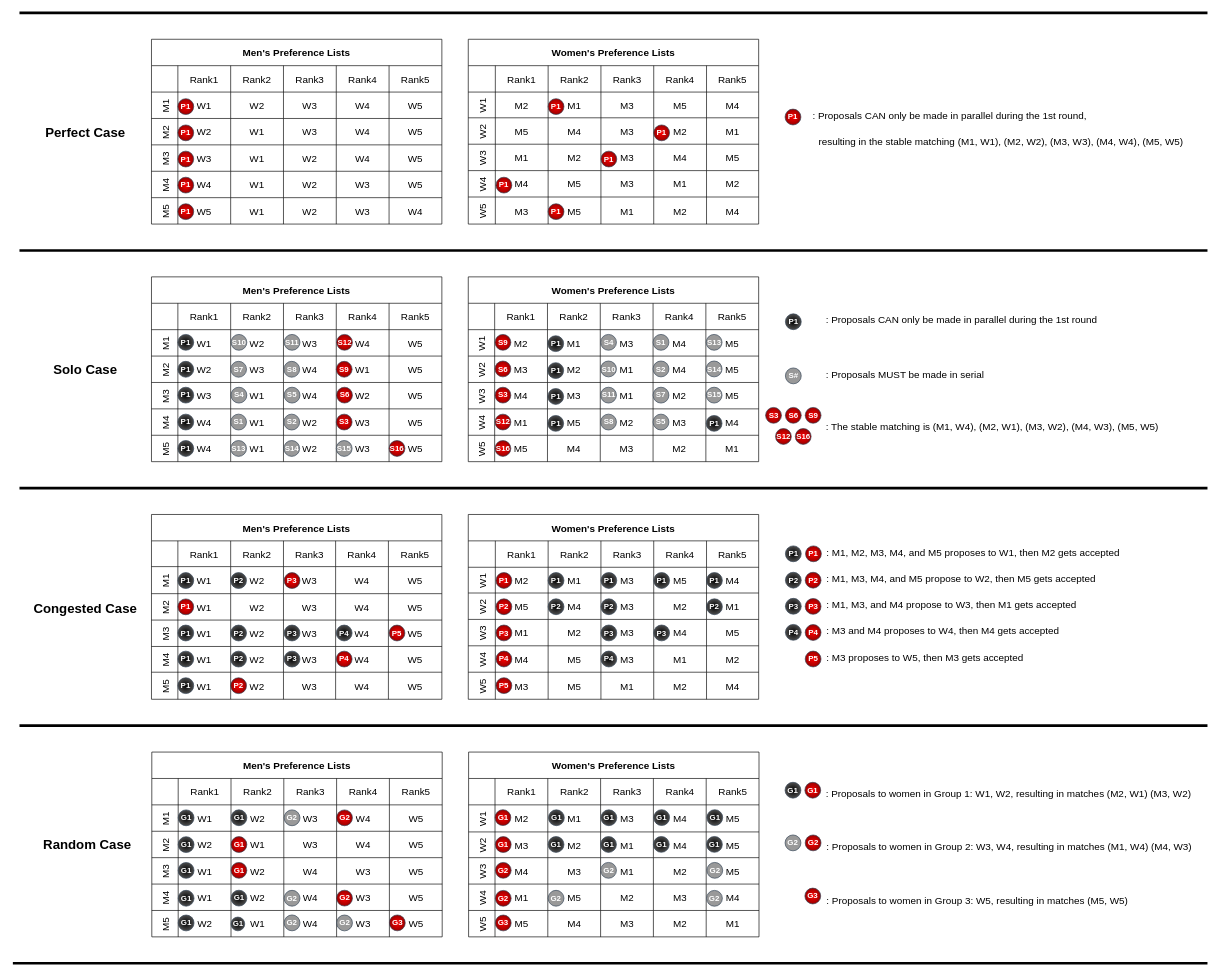
Above: MoreWorkloads.drawio in victorliu-sq/BambooSMP-Figures (draw.io), before the change. Source tidied: cells renumbered, new cells numbered last; positions are measured from the earlier drawing's top-left corner, leaving out a move shared by most shapes. Both pictures are drawn from the tidied source at 66%, with x=0, y=0 at pixel (13, 13).
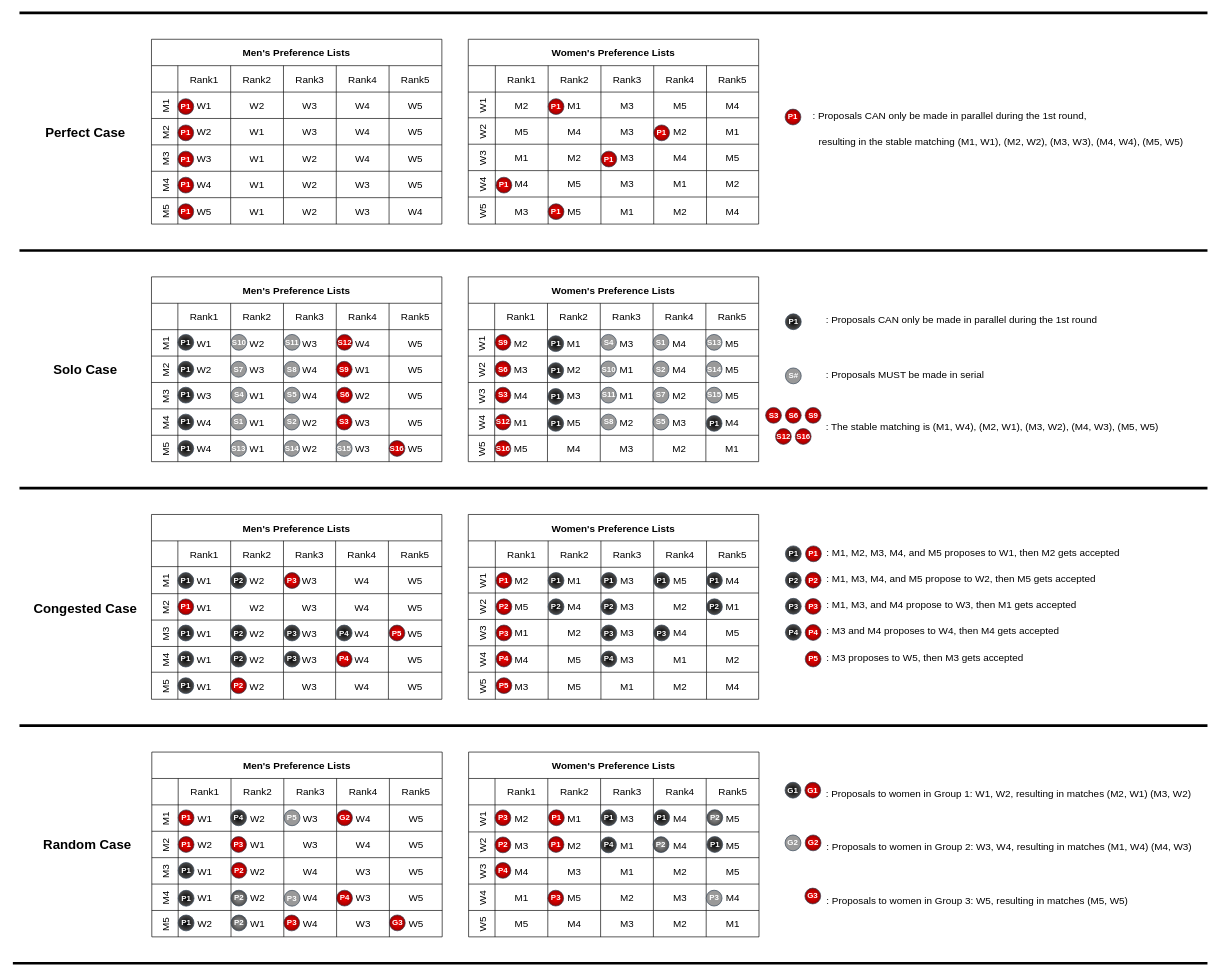
The same page after the edit.

The edit, as a diff of the source:
```diff
@@
-    <mxCell id="397" value="G1" style="ellipse;whiteSpace=wrap;html=1;strokeColor=#314354;align=center;verticalAlign=middle;fontFamily=Helvetica;fontSize=12;fillColor=#000000;fontColor=#ffffff;gradientColor=#4D4D4D;gradientDirection=radial;fontStyle=1;" parent="1" vertex="1">
+    <mxCell id="397" value="P1" style="ellipse;whiteSpace=wrap;html=1;strokeColor=#314354;align=center;verticalAlign=middle;fontFamily=Helvetica;fontSize=12;fillColor=#000000;fontColor=#ffffff;gradientColor=#4D4D4D;gradientDirection=radial;fontStyle=1;" parent="1" vertex="1">
       <mxGeometry x="250.5" y="1287.3" width="24" height="24" as="geometry" />
     </mxCell>
-    <mxCell id="398" value="G1" style="ellipse;whiteSpace=wrap;html=1;strokeColor=#314354;align=center;verticalAlign=middle;fontFamily=Helvetica;fontSize=12;fillColor=#000000;fontColor=#ffffff;gradientColor=#4D4D4D;gradientDirection=radial;fontStyle=1;" parent="1" vertex="1">
-      <mxGeometry x="250.5" y="1248.2" width="24" height="24" as="geometry" />
-    </mxCell>
-    <mxCell id="399" value="G1" style="ellipse;whiteSpace=wrap;html=1;strokeColor=#314354;align=center;verticalAlign=middle;fontFamily=Helvetica;fontSize=12;fillColor=#000000;fontColor=#ffffff;strokeWidth=1;perimeterSpacing=1;gradientColor=#4D4D4D;gradientDirection=radial;fontStyle=1;" parent="1" vertex="1">
-      <mxGeometry x="250.5" y="1207.6" width="24" height="24" as="geometry" />
-    </mxCell>
-    <mxCell id="400" value="G1" style="ellipse;whiteSpace=wrap;html=1;strokeColor=#314354;align=center;verticalAlign=middle;fontFamily=Helvetica;fontSize=12;fillColor=#000000;fontColor=#ffffff;gradientColor=#4D4D4D;gradientDirection=radial;fontStyle=1;" parent="1" vertex="1">
+    <mxCell id="400" value="P1" style="ellipse;whiteSpace=wrap;html=1;strokeColor=#314354;align=center;verticalAlign=middle;fontFamily=Helvetica;fontSize=12;fillColor=#000000;fontColor=#ffffff;gradientColor=#4D4D4D;gradientDirection=radial;fontStyle=1;" parent="1" vertex="1">
       <mxGeometry x="250.5" y="1329.5" width="24" height="24" as="geometry" />
     </mxCell>
-    <mxCell id="401" value="G1" style="ellipse;whiteSpace=wrap;html=1;strokeColor=#314354;align=center;verticalAlign=middle;fontFamily=Helvetica;fontSize=12;fillColor=#000000;fontColor=#ffffff;gradientColor=#4D4D4D;gradientDirection=radial;fontStyle=1;" parent="1" vertex="1">
+    <mxCell id="401" value="P1" style="ellipse;whiteSpace=wrap;html=1;strokeColor=#314354;align=center;verticalAlign=middle;fontFamily=Helvetica;fontSize=12;fillColor=#000000;fontColor=#ffffff;gradientColor=#4D4D4D;gradientDirection=radial;fontStyle=1;" parent="1" vertex="1">
       <mxGeometry x="250.5" y="1366.9" width="24" height="24" as="geometry" />
     </mxCell>
-    <mxCell id="402" value="G1" style="ellipse;whiteSpace=wrap;html=1;strokeColor=#314354;align=center;verticalAlign=middle;fontFamily=Helvetica;fontSize=12;fillColor=#FF0000;fontColor=#FFFFFF;fillStyle=solid;strokeWidth=1;fontStyle=1;gradientColor=#990000;gradientDirection=radial;" parent="1" vertex="1">
+    <mxCell id="402" value="P2" style="ellipse;whiteSpace=wrap;html=1;strokeColor=#314354;align=center;verticalAlign=middle;fontFamily=Helvetica;fontSize=12;fillColor=#FF0000;fontColor=#FFFFFF;fillStyle=solid;strokeWidth=1;fontStyle=1;gradientColor=#990000;gradientDirection=radial;" parent="1" vertex="1">
       <mxGeometry x="330.5" y="1287.2" width="24" height="24" as="geometry" />
     </mxCell>
-    <mxCell id="403" value="G1" style="ellipse;whiteSpace=wrap;html=1;strokeColor=#314354;align=center;verticalAlign=middle;fontFamily=Helvetica;fontSize=12;fillColor=#FF0000;fontColor=#FFFFFF;fillStyle=solid;strokeWidth=1;fontStyle=1;gradientColor=#990000;gradientDirection=radial;" parent="1" vertex="1">
-      <mxGeometry x="330.5" y="1248.1" width="24" height="24" as="geometry" />
-    </mxCell>
-    <mxCell id="404" value="G1" style="ellipse;whiteSpace=wrap;html=1;strokeColor=#314354;align=center;verticalAlign=middle;fontFamily=Helvetica;fontSize=12;fillColor=#000000;fontColor=#ffffff;strokeWidth=1;perimeterSpacing=1;gradientColor=#4D4D4D;gradientDirection=radial;fontStyle=1;" parent="1" vertex="1">
-      <mxGeometry x="330.5" y="1207.5" width="24" height="24" as="geometry" />
-    </mxCell>
-    <mxCell id="405" value="G1" style="ellipse;whiteSpace=wrap;html=1;strokeColor=#314354;align=center;verticalAlign=middle;fontFamily=Helvetica;fontSize=12;fillColor=#000000;fontColor=#ffffff;gradientColor=#4D4D4D;gradientDirection=radial;fontStyle=1;" parent="1" vertex="1">
+    <mxCell id="405" value="P2" style="ellipse;whiteSpace=wrap;html=1;strokeColor=#314354;align=center;verticalAlign=middle;fontFamily=Helvetica;fontSize=12;fillColor=#999999;fontColor=#ffffff;gradientColor=#4D4D4D;gradientDirection=radial;fontStyle=1;" parent="1" vertex="1">
       <mxGeometry x="330.5" y="1329.3" width="24" height="24" as="geometry" />
     </mxCell>
-    <mxCell id="406" value="G1" style="ellipse;whiteSpace=wrap;html=1;strokeColor=#314354;align=center;verticalAlign=middle;fontFamily=Helvetica;fontSize=12;fillColor=#000000;fontColor=#ffffff;gradientColor=#4D4D4D;gradientDirection=radial;fontStyle=1;" parent="1" vertex="1">
-      <mxGeometry x="330.5" y="1370" width="20.8" height="20.8" as="geometry" />
-    </mxCell>
-    <mxCell id="407" value="G2" style="ellipse;whiteSpace=wrap;html=1;strokeColor=#314354;align=center;verticalAlign=middle;fontFamily=Helvetica;fontSize=12;fillColor=#999999;fontColor=#ffffff;fontStyle=1;" parent="1" vertex="1">
+    <mxCell id="407" value="P5" style="ellipse;whiteSpace=wrap;html=1;strokeColor=#314354;align=center;verticalAlign=middle;fontFamily=Helvetica;fontSize=12;fillColor=#999999;fontColor=#ffffff;fontStyle=1;" parent="1" vertex="1">
       <mxGeometry x="411" y="1207.6" width="24" height="24" as="geometry" />
     </mxCell>
-    <mxCell id="408" value="G1" style="ellipse;whiteSpace=wrap;html=1;strokeColor=#314354;align=center;verticalAlign=middle;fontFamily=Helvetica;fontSize=12;fillColor=#FF0000;fontColor=#FFFFFF;strokeWidth=1;perimeterSpacing=1;fillStyle=solid;fontStyle=1;gradientColor=#990000;gradientDirection=radial;" parent="1" vertex="1">
-      <mxGeometry x="730.5" y="1207.3" width="24" height="24" as="geometry" />
-    </mxCell>
-    <mxCell id="409" value="G1" style="ellipse;whiteSpace=wrap;html=1;strokeColor=#314354;align=center;verticalAlign=middle;fontFamily=Helvetica;fontSize=12;fillColor=#000000;fontColor=#ffffff;strokeWidth=1;perimeterSpacing=1;gradientColor=#4D4D4D;gradientDirection=radial;fontStyle=1;" parent="1" vertex="1">
+    <mxCell id="409" value="P1" style="ellipse;whiteSpace=wrap;html=1;strokeColor=#314354;align=center;verticalAlign=middle;fontFamily=Helvetica;fontSize=12;fillColor=#FF0000;fontColor=#FFFFFF;strokeWidth=1;perimeterSpacing=1;gradientColor=#990000;gradientDirection=radial;fontStyle=1;fillStyle=solid;" parent="1" vertex="1">
       <mxGeometry x="811.5" y="1207.5" width="24" height="24" as="geometry" />
     </mxCell>
-    <mxCell id="410" value="G1" style="ellipse;whiteSpace=wrap;html=1;strokeColor=#314354;align=center;verticalAlign=middle;fontFamily=Helvetica;fontSize=12;fillColor=#000000;fontColor=#ffffff;strokeWidth=1;perimeterSpacing=1;gradientColor=#4D4D4D;gradientDirection=radial;fontStyle=1;" parent="1" vertex="1">
+    <mxCell id="410" value="P1" style="ellipse;whiteSpace=wrap;html=1;strokeColor=#314354;align=center;verticalAlign=middle;fontFamily=Helvetica;fontSize=12;fillColor=#000000;fontColor=#ffffff;strokeWidth=1;perimeterSpacing=1;gradientColor=#4D4D4D;gradientDirection=radial;fontStyle=1;" parent="1" vertex="1">
       <mxGeometry x="891" y="1207.5" width="24" height="24" as="geometry" />
     </mxCell>
-    <mxCell id="411" value="G1" style="ellipse;whiteSpace=wrap;html=1;strokeColor=#314354;align=center;verticalAlign=middle;fontFamily=Helvetica;fontSize=12;fillColor=#000000;fontColor=#ffffff;strokeWidth=1;perimeterSpacing=1;gradientColor=#4D4D4D;gradientDirection=radial;fontStyle=1;" parent="1" vertex="1">
+    <mxCell id="411" value="P1" style="ellipse;whiteSpace=wrap;html=1;strokeColor=#314354;align=center;verticalAlign=middle;fontFamily=Helvetica;fontSize=12;fillColor=#000000;fontColor=#ffffff;strokeWidth=1;perimeterSpacing=1;gradientColor=#4D4D4D;gradientDirection=radial;fontStyle=1;" parent="1" vertex="1">
       <mxGeometry x="971" y="1207.3" width="24" height="24" as="geometry" />
     </mxCell>
-    <mxCell id="412" value="G1" style="ellipse;whiteSpace=wrap;html=1;strokeColor=#314354;align=center;verticalAlign=middle;fontFamily=Helvetica;fontSize=12;fillColor=#000000;fontColor=#ffffff;strokeWidth=1;perimeterSpacing=1;gradientColor=#4D4D4D;gradientDirection=radial;fontStyle=1;" parent="1" vertex="1">
+    <mxCell id="412" value="P2" style="ellipse;whiteSpace=wrap;html=1;strokeColor=#314354;align=center;verticalAlign=middle;fontFamily=Helvetica;fontSize=12;fillColor=#999999;fontColor=#ffffff;strokeWidth=1;perimeterSpacing=1;gradientColor=#4D4D4D;gradientDirection=radial;fontStyle=1;" parent="1" vertex="1">
       <mxGeometry x="1051.5" y="1207.3" width="24" height="24" as="geometry" />
     </mxCell>
-    <mxCell id="413" value="G1" style="ellipse;whiteSpace=wrap;html=1;strokeColor=#314354;align=center;verticalAlign=middle;fontFamily=Helvetica;fontSize=12;fillColor=#FF0000;fontColor=#FFFFFF;strokeWidth=1;perimeterSpacing=1;fillStyle=solid;fontStyle=1;gradientColor=#990000;gradientDirection=radial;" parent="1" vertex="1">
-      <mxGeometry x="731" y="1248.1" width="24" height="24" as="geometry" />
-    </mxCell>
-    <mxCell id="414" value="G1" style="ellipse;whiteSpace=wrap;html=1;strokeColor=#314354;align=center;verticalAlign=middle;fontFamily=Helvetica;fontSize=12;fillColor=#000000;fontColor=#ffffff;strokeWidth=1;perimeterSpacing=1;gradientColor=#4D4D4D;gradientDirection=radial;fontStyle=1;" parent="1" vertex="1">
+    <mxCell id="414" value="P1" style="ellipse;whiteSpace=wrap;html=1;strokeColor=#314354;align=center;verticalAlign=middle;fontFamily=Helvetica;fontSize=12;fillColor=#FF0000;fontColor=#FFFFFF;strokeWidth=1;perimeterSpacing=1;gradientColor=#990000;gradientDirection=radial;fontStyle=1;fillStyle=solid;" parent="1" vertex="1">
       <mxGeometry x="811" y="1248" width="24" height="24" as="geometry" />
     </mxCell>
-    <mxCell id="415" value="G1" style="ellipse;whiteSpace=wrap;html=1;strokeColor=#314354;align=center;verticalAlign=middle;fontFamily=Helvetica;fontSize=12;fillColor=#000000;fontColor=#ffffff;strokeWidth=1;perimeterSpacing=1;gradientColor=#4D4D4D;gradientDirection=radial;fontStyle=1;" parent="1" vertex="1">
-      <mxGeometry x="890.5" y="1248" width="24" height="24" as="geometry" />
-    </mxCell>
-    <mxCell id="416" value="G1" style="ellipse;whiteSpace=wrap;html=1;strokeColor=#314354;align=center;verticalAlign=middle;fontFamily=Helvetica;fontSize=12;fillColor=#000000;fontColor=#ffffff;strokeWidth=1;perimeterSpacing=1;gradientColor=#4D4D4D;gradientDirection=radial;fontStyle=1;" parent="1" vertex="1">
-      <mxGeometry x="970.5" y="1247.9" width="24" height="24" as="geometry" />
-    </mxCell>
-    <mxCell id="417" value="G1" style="ellipse;whiteSpace=wrap;html=1;strokeColor=#314354;align=center;verticalAlign=middle;fontFamily=Helvetica;fontSize=12;fillColor=#000000;fontColor=#ffffff;strokeWidth=1;perimeterSpacing=1;gradientColor=#4D4D4D;gradientDirection=radial;fontStyle=1;" parent="1" vertex="1">
-      <mxGeometry x="1051" y="1247.9" width="24" height="24" as="geometry" />
+    <mxCell id="417" value="P1" style="ellipse;whiteSpace=wrap;html=1;strokeColor=#314354;align=center;verticalAlign=middle;fontFamily=Helvetica;fontSize=12;fillColor=#000000;fontColor=#ffffff;strokeWidth=1;perimeterSpacing=1;gradientColor=#4D4D4D;gradientDirection=radial;fontStyle=1;" parent="1" vertex="1">
+      <mxGeometry x="1051.5" y="1248" width="24" height="24" as="geometry" />
     </mxCell>
@@
-    <mxCell id="419" value="G2" style="ellipse;whiteSpace=wrap;html=1;strokeColor=#314354;align=center;verticalAlign=middle;fontFamily=Helvetica;fontSize=12;fillColor=#999999;fontColor=#ffffff;fontStyle=1;" parent="1" vertex="1">
+    <mxCell id="419" value="P3" style="ellipse;whiteSpace=wrap;html=1;strokeColor=#314354;align=center;verticalAlign=middle;fontFamily=Helvetica;fontSize=12;fillColor=#999999;fontColor=#ffffff;fontStyle=1;" parent="1" vertex="1">
       <mxGeometry x="411" y="1329.5" width="24" height="24" as="geometry" />
     </mxCell>
-    <mxCell id="420" value="G2" style="ellipse;whiteSpace=wrap;html=1;strokeColor=#314354;align=center;verticalAlign=middle;fontFamily=Helvetica;fontSize=12;fillColor=#FF0000;fontColor=#FFFFFF;fillStyle=solid;strokeWidth=1;fontStyle=1;gradientColor=#990000;gradientDirection=radial;" parent="1" vertex="1">
+    <mxCell id="420" value="P4" style="ellipse;whiteSpace=wrap;html=1;strokeColor=#314354;align=center;verticalAlign=middle;fontFamily=Helvetica;fontSize=12;fillColor=#FF0000;fontColor=#FFFFFF;fillStyle=solid;strokeWidth=1;fontStyle=1;gradientColor=#990000;gradientDirection=radial;" parent="1" vertex="1">
       <mxGeometry x="490.5" y="1329.3" width="24" height="24" as="geometry" />
     </mxCell>
-    <mxCell id="421" value="G2" style="ellipse;whiteSpace=wrap;html=1;strokeColor=#314354;align=center;verticalAlign=middle;fontFamily=Helvetica;fontSize=12;fillColor=#999999;fontColor=#ffffff;fontStyle=1;" parent="1" vertex="1">
-      <mxGeometry x="411" y="1366.8" width="24" height="24" as="geometry" />
-    </mxCell>
-    <mxCell id="422" value="G2" style="ellipse;whiteSpace=wrap;html=1;strokeColor=#314354;align=center;verticalAlign=middle;fontFamily=Helvetica;fontSize=12;fillColor=#999999;fontColor=#ffffff;fontStyle=1;" parent="1" vertex="1">
-      <mxGeometry x="490.5" y="1366.9" width="24" height="24" as="geometry" />
-    </mxCell>
-    <mxCell id="423" value="G2" style="ellipse;whiteSpace=wrap;html=1;strokeColor=#314354;align=center;verticalAlign=middle;fontFamily=Helvetica;fontSize=12;fillColor=#FF0000;fontColor=#FFFFFF;fillStyle=solid;strokeWidth=1;fontStyle=1;gradientColor=#990000;gradientDirection=radial;" parent="1" vertex="1">
-      <mxGeometry x="731" y="1287.2" width="24" height="24" as="geometry" />
-    </mxCell>
-    <mxCell id="424" value="G2" style="ellipse;whiteSpace=wrap;html=1;strokeColor=#314354;align=center;verticalAlign=middle;fontFamily=Helvetica;fontSize=12;fillColor=#999999;fontColor=#ffffff;fontStyle=1;" parent="1" vertex="1">
-      <mxGeometry x="890.5" y="1287.2" width="24" height="24" as="geometry" />
-    </mxCell>
-    <mxCell id="425" value="G2" style="ellipse;whiteSpace=wrap;html=1;strokeColor=#314354;align=center;verticalAlign=middle;fontFamily=Helvetica;fontSize=12;fillColor=#999999;fontColor=#ffffff;fontStyle=1;" parent="1" vertex="1">
-      <mxGeometry x="1051.5" y="1287.2" width="24" height="24" as="geometry" />
-    </mxCell>
-    <mxCell id="426" value="G2" style="ellipse;whiteSpace=wrap;html=1;strokeColor=#314354;align=center;verticalAlign=middle;fontFamily=Helvetica;fontSize=12;fillColor=#FF0000;fontColor=#FFFFFF;fillStyle=solid;strokeWidth=1;fontStyle=1;gradientColor=#990000;gradientDirection=radial;" parent="1" vertex="1">
-      <mxGeometry x="731" y="1329.6" width="24" height="24" as="geometry" />
-    </mxCell>
-    <mxCell id="427" value="G2" style="ellipse;whiteSpace=wrap;html=1;strokeColor=#314354;align=center;verticalAlign=middle;fontFamily=Helvetica;fontSize=12;fillColor=#999999;fontColor=#ffffff;fontStyle=1;" parent="1" vertex="1">
-      <mxGeometry x="811" y="1329.5" width="24" height="24" as="geometry" />
-    </mxCell>
-    <mxCell id="428" value="G2" style="ellipse;whiteSpace=wrap;html=1;strokeColor=#314354;align=center;verticalAlign=middle;fontFamily=Helvetica;fontSize=12;fillColor=#999999;fontColor=#ffffff;fontStyle=1;" parent="1" vertex="1">
-      <mxGeometry x="1051" y="1329.6" width="24" height="24" as="geometry" />
-    </mxCell>
@@
-    <mxCell id="430" value="G3" style="ellipse;whiteSpace=wrap;html=1;strokeColor=#314354;align=center;verticalAlign=middle;fontFamily=Helvetica;fontSize=12;fillColor=#FF0000;fontColor=#FFFFFF;fillStyle=solid;strokeWidth=1;fontStyle=1;gradientColor=#990000;gradientDirection=radial;" parent="1" vertex="1">
-      <mxGeometry x="731" y="1366.9" width="24" height="24" as="geometry" />
-    </mxCell>
@@
+    <mxCell id="458" value="P2" style="ellipse;whiteSpace=wrap;html=1;strokeColor=#314354;align=center;verticalAlign=middle;fontFamily=Helvetica;fontSize=12;fillColor=#999999;fontColor=#ffffff;gradientColor=#4D4D4D;gradientDirection=radial;fontStyle=1;" parent="1" vertex="1">
+      <mxGeometry x="330.5" y="1366.9" width="24" height="24" as="geometry" />
+    </mxCell>
+    <mxCell id="459" value="P2" style="ellipse;whiteSpace=wrap;html=1;strokeColor=#314354;align=center;verticalAlign=middle;fontFamily=Helvetica;fontSize=12;fillColor=#FF0000;fontColor=#FFFFFF;fillStyle=solid;strokeWidth=1;fontStyle=1;gradientColor=#990000;gradientDirection=radial;" parent="1" vertex="1">
+      <mxGeometry x="730.5" y="1248.6" width="24" height="24" as="geometry" />
+    </mxCell>
+    <mxCell id="460" value="P2" style="ellipse;whiteSpace=wrap;html=1;strokeColor=#314354;align=center;verticalAlign=middle;fontFamily=Helvetica;fontSize=12;fillColor=#999999;fontColor=#ffffff;gradientColor=#4D4D4D;gradientDirection=radial;fontStyle=1;" parent="1" vertex="1">
+      <mxGeometry x="970" y="1248.2" width="24" height="24" as="geometry" />
+    </mxCell>
+    <mxCell id="461" value="P3" style="ellipse;whiteSpace=wrap;html=1;strokeColor=#314354;align=center;verticalAlign=middle;fontFamily=Helvetica;fontSize=12;fillColor=#FF0000;fontColor=#FFFFFF;fillStyle=solid;strokeWidth=1;fontStyle=1;gradientColor=#990000;gradientDirection=radial;" parent="1" vertex="1">
+      <mxGeometry x="330" y="1248" width="24" height="24" as="geometry" />
+    </mxCell>
+    <mxCell id="462" value="P3" style="ellipse;whiteSpace=wrap;html=1;strokeColor=#314354;align=center;verticalAlign=middle;fontFamily=Helvetica;fontSize=12;fillColor=#FF0000;fontColor=#FFFFFF;fillStyle=solid;strokeWidth=1;fontStyle=1;gradientColor=#990000;gradientDirection=radial;" parent="1" vertex="1">
+      <mxGeometry x="730.5" y="1207.6" width="24" height="24" as="geometry" />
+    </mxCell>
+    <mxCell id="463" value="P4" style="ellipse;whiteSpace=wrap;html=1;strokeColor=#314354;align=center;verticalAlign=middle;fontFamily=Helvetica;fontSize=12;fillColor=#000000;fontColor=#ffffff;fontStyle=1;gradientColor=#4D4D4D;gradientDirection=radial;" parent="1" vertex="1">
+      <mxGeometry x="330" y="1207.6" width="24" height="24" as="geometry" />
+    </mxCell>
+    <mxCell id="464" value="P3" style="ellipse;whiteSpace=wrap;html=1;strokeColor=#314354;align=center;verticalAlign=middle;fontFamily=Helvetica;fontSize=12;fillColor=#999999;fontColor=#ffffff;fontStyle=1;" parent="1" vertex="1">
+      <mxGeometry x="1050.5" y="1329.3" width="24" height="24" as="geometry" />
+    </mxCell>
+    <mxCell id="465" value="P3" style="ellipse;whiteSpace=wrap;html=1;strokeColor=#314354;align=center;verticalAlign=middle;fontFamily=Helvetica;fontSize=12;fillColor=#FF0000;fontColor=#FFFFFF;fillStyle=solid;strokeWidth=1;fontStyle=1;gradientColor=#990000;gradientDirection=radial;" parent="1" vertex="1">
+      <mxGeometry x="410.5" y="1366.9" width="24" height="24" as="geometry" />
+    </mxCell>
+    <mxCell id="466" value="P3" style="ellipse;whiteSpace=wrap;html=1;strokeColor=#314354;align=center;verticalAlign=middle;fontFamily=Helvetica;fontSize=12;fillColor=#FF0000;fontColor=#FFFFFF;fillStyle=solid;strokeWidth=1;fontStyle=1;gradientColor=#990000;gradientDirection=radial;" parent="1" vertex="1">
+      <mxGeometry x="810.5" y="1329.3" width="24" height="24" as="geometry" />
+    </mxCell>
+    <mxCell id="467" value="P4" style="ellipse;whiteSpace=wrap;html=1;strokeColor=#314354;align=center;verticalAlign=middle;fontFamily=Helvetica;fontSize=12;fillColor=#FF0000;fontColor=#FFFFFF;fillStyle=solid;strokeWidth=1;fontStyle=1;gradientColor=#990000;gradientDirection=radial;" parent="1" vertex="1">
+      <mxGeometry x="730.5" y="1287.3" width="24" height="24" as="geometry" />
+    </mxCell>
+    <mxCell id="468" value="P4" style="ellipse;whiteSpace=wrap;html=1;strokeColor=#314354;align=center;verticalAlign=middle;fontFamily=Helvetica;fontSize=12;fillColor=#000000;fontColor=#ffffff;fontStyle=1;gradientColor=#4D4D4D;gradientDirection=radial;" parent="1" vertex="1">
+      <mxGeometry x="890.5" y="1248.6" width="24" height="24" as="geometry" />
+    </mxCell>
+    <mxCell id="469" value="P1" style="ellipse;whiteSpace=wrap;html=1;strokeColor=#314354;align=center;verticalAlign=middle;fontFamily=Helvetica;fontSize=12;fillColor=#FF0000;fontColor=#FFFFFF;strokeWidth=1;perimeterSpacing=1;gradientColor=#990000;gradientDirection=radial;fontStyle=1;fillStyle=solid;" parent="1" vertex="1">
+      <mxGeometry x="250.5" y="1207.6" width="24" height="24" as="geometry" />
+    </mxCell>
+    <mxCell id="470" value="P1" style="ellipse;whiteSpace=wrap;html=1;strokeColor=#314354;align=center;verticalAlign=middle;fontFamily=Helvetica;fontSize=12;fillColor=#FF0000;fontColor=#FFFFFF;strokeWidth=1;perimeterSpacing=1;gradientColor=#990000;gradientDirection=radial;fontStyle=1;fillStyle=solid;" parent="1" vertex="1">
+      <mxGeometry x="250.5" y="1248" width="24" height="24" as="geometry" />
+    </mxCell>
```
